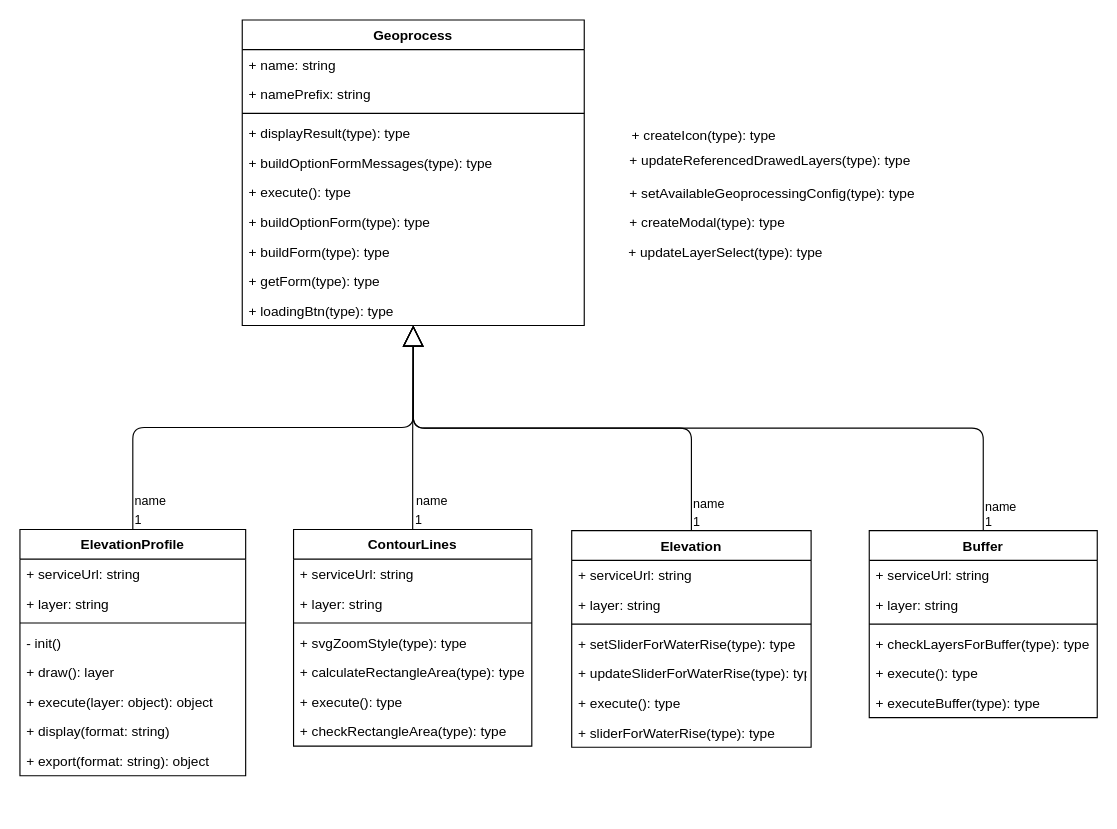
Before: page "Refactor - Class diagram" (2 of 4) of src/docs/Geoprocess.drawio in ign-argentina/argenmap, a draw.io diagram. Source tidied: cells renumbered, new cells numbered last; positions are measured from the earlier drawing's top-left corner, leaving out a move shared by most shapes. Both pictures are drawn from the tidied source at 114%, with x=0, y=0 at pixel (19, 19).
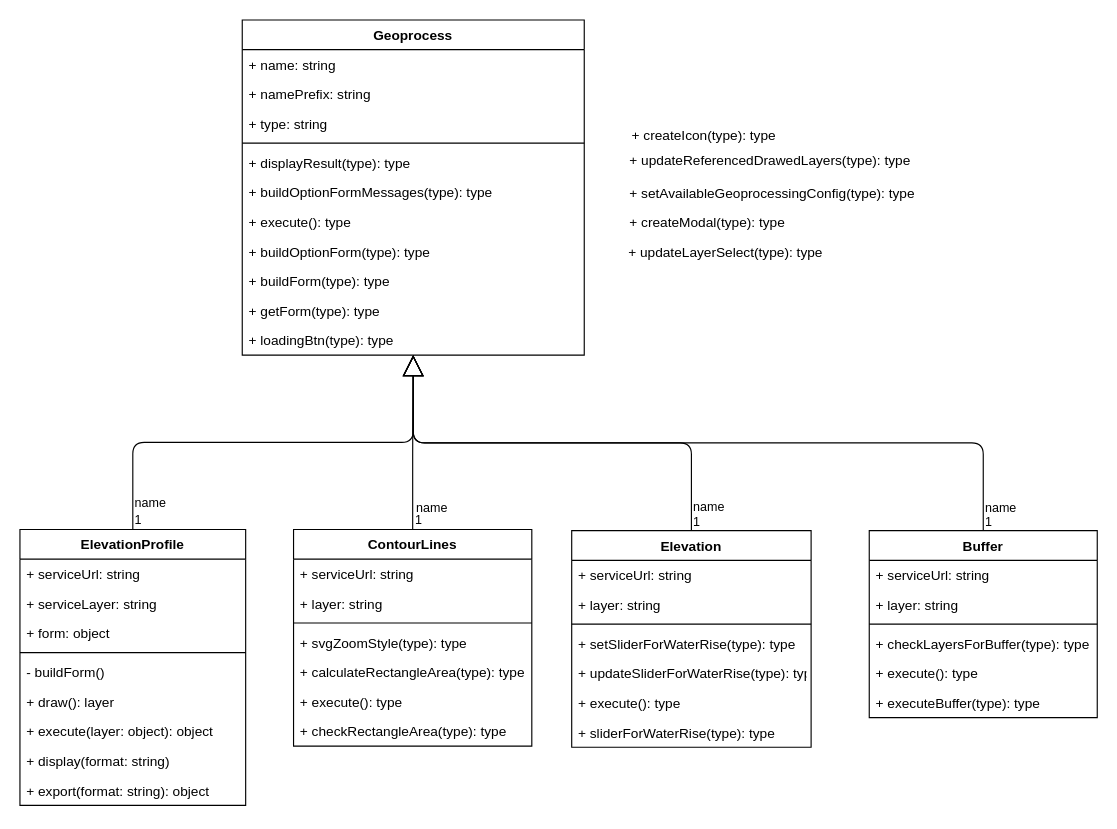
The same page after the edit.

What changed in the source:
```diff
@@
     <mxCell id="25" value="ElevationProfile" style="swimlane;fontStyle=1;align=center;verticalAlign=top;horizontal=1;startSize=26;" parent="1" vertex="1">
-      <mxGeometry y="447" width="198" height="216" as="geometry" />
+      <mxGeometry y="447" width="198" height="242" as="geometry" />
     </mxCell>
@@
-    <mxCell id="27" value="+ layer: string" style="text;strokeColor=none;fillColor=none;align=left;verticalAlign=top;spacingLeft=4;spacingRight=4;overflow=hidden;" parent="25" vertex="1">
+    <mxCell id="27" value="+ serviceLayer: string" style="text;strokeColor=none;fillColor=none;align=left;verticalAlign=top;spacingLeft=4;spacingRight=4;overflow=hidden;" parent="25" vertex="1">
       <mxGeometry y="52" width="198" height="26" as="geometry" />
     </mxCell>
+    <mxCell id="58" value="+ form: object" style="text;strokeColor=none;fillColor=none;align=left;verticalAlign=top;spacingLeft=4;spacingRight=4;overflow=hidden;" parent="25" vertex="1">
+      <mxGeometry y="78" width="198" height="26" as="geometry" />
+    </mxCell>
     <mxCell id="28" style="line;strokeWidth=1;fillColor=none;align=left;verticalAlign=middle;spacingTop=-1;spacingLeft=3;spacingRight=3;labelPosition=right;strokeColor=inherit;" parent="25" vertex="1">
-      <mxGeometry y="78" width="198" height="8" as="geometry" />
+      <mxGeometry y="104" width="198" height="8" as="geometry" />
     </mxCell>
-    <mxCell id="29" value="- init()" style="text;strokeColor=none;fillColor=none;align=left;verticalAlign=top;spacingLeft=4;spacingRight=4;overflow=hidden;" parent="25" vertex="1">
-      <mxGeometry y="86" width="198" height="26" as="geometry" />
-    </mxCell>
+    <mxCell id="59" value="- buildForm()" style="text;strokeColor=none;fillColor=none;align=left;verticalAlign=top;spacingLeft=4;spacingRight=4;overflow=hidden;" parent="25" vertex="1">
+      <mxGeometry y="112" width="198" height="26" as="geometry" />
+    </mxCell>
     <mxCell id="30" value="+ draw(): layer" style="text;strokeColor=none;fillColor=none;align=left;verticalAlign=top;spacingLeft=4;spacingRight=4;overflow=hidden;" parent="25" vertex="1">
-      <mxGeometry y="112" width="198" height="26" as="geometry" />
+      <mxGeometry y="138" width="198" height="26" as="geometry" />
     </mxCell>
     <mxCell id="31" value="+ execute(layer: object): object" style="text;strokeColor=none;fillColor=none;align=left;verticalAlign=top;spacingLeft=4;spacingRight=4;overflow=hidden;" parent="25" vertex="1">
-      <mxGeometry y="138" width="198" height="26" as="geometry" />
+      <mxGeometry y="164" width="198" height="26" as="geometry" />
     </mxCell>
     <mxCell id="32" value="+ display(format: string)" style="text;strokeColor=none;fillColor=none;align=left;verticalAlign=top;spacingLeft=4;spacingRight=4;overflow=hidden;" parent="25" vertex="1">
-      <mxGeometry y="164" width="198" height="26" as="geometry" />
+      <mxGeometry y="190" width="198" height="26" as="geometry" />
     </mxCell>
     <mxCell id="33" value="+ export(format: string): object" style="text;strokeColor=none;fillColor=none;align=left;verticalAlign=top;spacingLeft=4;spacingRight=4;overflow=hidden;" parent="25" vertex="1">
-      <mxGeometry y="190" width="198" height="26" as="geometry" />
+      <mxGeometry y="216" width="198" height="26" as="geometry" />
     </mxCell>
@@
     <mxCell id="47" value="Geoprocess" style="swimlane;fontStyle=1;align=center;verticalAlign=top;horizontal=1;startSize=26;shadow=0;" parent="1" vertex="1">
-      <mxGeometry x="195" width="300" height="268" as="geometry" />
+      <mxGeometry x="195" width="300" height="294" as="geometry" />
     </mxCell>
@@
+    <mxCell id="60" value="+ type: string" style="text;strokeColor=none;fillColor=none;align=left;verticalAlign=top;spacingLeft=4;spacingRight=4;overflow=hidden;" parent="47" vertex="1">
+      <mxGeometry y="78" width="300" height="26" as="geometry" />
+    </mxCell>
     <mxCell id="50" style="line;strokeWidth=1;fillColor=none;align=left;verticalAlign=middle;spacingTop=-1;spacingLeft=3;spacingRight=3;labelPosition=right;strokeColor=inherit;" parent="47" vertex="1">
-      <mxGeometry y="78" width="300" height="8" as="geometry" />
+      <mxGeometry y="104" width="300" height="8" as="geometry" />
     </mxCell>
     <mxCell id="51" value="+ displayResult(type): type" style="text;strokeColor=none;fillColor=none;align=left;verticalAlign=top;spacingLeft=4;spacingRight=4;overflow=hidden;" parent="47" vertex="1">
-      <mxGeometry y="86" width="300" height="26" as="geometry" />
+      <mxGeometry y="112" width="300" height="26" as="geometry" />
     </mxCell>
     <mxCell id="52" value="+ buildOptionFormMessages(type): type" style="text;strokeColor=none;fillColor=none;align=left;verticalAlign=top;spacingLeft=4;spacingRight=4;overflow=hidden;" parent="47" vertex="1">
-      <mxGeometry y="112" width="300" height="26" as="geometry" />
+      <mxGeometry y="138" width="300" height="26" as="geometry" />
     </mxCell>
     <mxCell id="53" value="+ execute(): type" style="text;strokeColor=none;fillColor=none;align=left;verticalAlign=top;spacingLeft=4;spacingRight=4;overflow=hidden;" parent="47" vertex="1">
-      <mxGeometry y="138" width="300" height="26" as="geometry" />
+      <mxGeometry y="164" width="300" height="26" as="geometry" />
     </mxCell>
     <mxCell id="54" value="+ buildOptionForm(type): type" style="text;strokeColor=none;fillColor=none;align=left;verticalAlign=top;spacingLeft=4;spacingRight=4;overflow=hidden;" parent="47" vertex="1">
-      <mxGeometry y="164" width="300" height="26" as="geometry" />
+      <mxGeometry y="190" width="300" height="26" as="geometry" />
     </mxCell>
     <mxCell id="55" value="+ buildForm(type): type" style="text;strokeColor=none;fillColor=none;align=left;verticalAlign=top;spacingLeft=4;spacingRight=4;overflow=hidden;" parent="47" vertex="1">
-      <mxGeometry y="190" width="300" height="26" as="geometry" />
+      <mxGeometry y="216" width="300" height="26" as="geometry" />
     </mxCell>
     <mxCell id="56" value="+ getForm(type): type" style="text;strokeColor=none;fillColor=none;align=left;verticalAlign=top;spacingLeft=4;spacingRight=4;overflow=hidden;" parent="47" vertex="1">
-      <mxGeometry y="216" width="300" height="26" as="geometry" />
+      <mxGeometry y="242" width="300" height="26" as="geometry" />
     </mxCell>
     <mxCell id="57" value="+ loadingBtn(type): type" style="text;strokeColor=none;fillColor=none;align=left;verticalAlign=top;spacingLeft=4;spacingRight=4;overflow=hidden;" parent="47" vertex="1">
-      <mxGeometry y="242" width="300" height="26" as="geometry" />
+      <mxGeometry y="268" width="300" height="26" as="geometry" />
     </mxCell>
```
